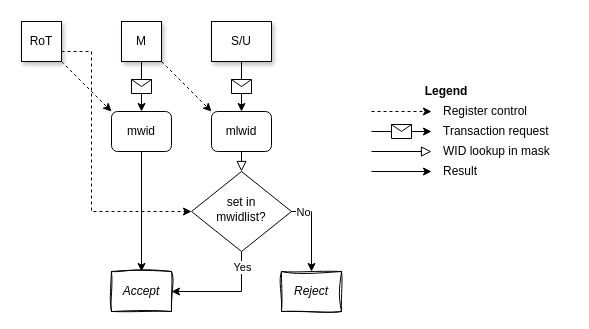
Earlier version of the draw.io diagram src/images/WorldID-smwidm.drawio (MIPS/riscv-partitioning). Source tidied: cells renumbered, new cells numbered last; positions are measured from the earlier drawing's top-left corner, leaving out a move shared by most shapes. Both pictures are drawn from the tidied source at 100%, with x=0, y=0 at pixel (21, 21).
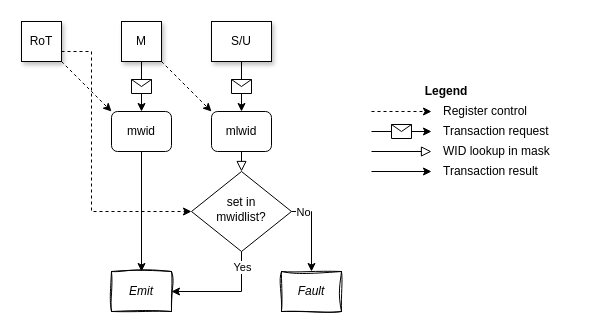
The same page after the edit.

Commit message (it also covers changes not shown here):
Change diagrams, Accept->Emit, Reject->Fault

What changed in the source:
```diff
@@
-    <mxCell id="7" value="Accept" style="rounded=0;whiteSpace=wrap;html=1;fontSize=12;glass=0;strokeWidth=1;shadow=0;sketch=1;curveFitting=1;jiggle=2;fontStyle=2;" parent="1" vertex="1">
+    <mxCell id="7" value="Emit" style="rounded=0;whiteSpace=wrap;html=1;fontSize=12;glass=0;strokeWidth=1;shadow=0;sketch=1;curveFitting=1;jiggle=2;fontStyle=2;" parent="1" vertex="1">
       <mxGeometry x="90" y="250" width="60" height="40" as="geometry" />
     </mxCell>
@@
-    <mxCell id="11" value="Reject" style="rounded=0;whiteSpace=wrap;html=1;fontSize=12;glass=0;strokeWidth=1;shadow=0;sketch=1;curveFitting=1;jiggle=2;fillColor=default;fontStyle=2;" parent="1" vertex="1">
+    <mxCell id="11" value="Fault" style="rounded=0;whiteSpace=wrap;html=1;fontSize=12;glass=0;strokeWidth=1;shadow=0;sketch=1;curveFitting=1;jiggle=2;fillColor=default;fontStyle=2;" parent="1" vertex="1">
       <mxGeometry x="260" y="250" width="60" height="40" as="geometry" />
     </mxCell>
@@
-    <mxCell id="30" value="Result" style="text;html=1;align=left;verticalAlign=middle;whiteSpace=wrap;rounded=0;" parent="1" vertex="1">
+    <mxCell id="30" value="Transaction result" style="text;html=1;align=left;verticalAlign=middle;whiteSpace=wrap;rounded=0;" parent="1" vertex="1">
       <mxGeometry x="420" y="140" width="130" height="20" as="geometry" />
     </mxCell>
```
